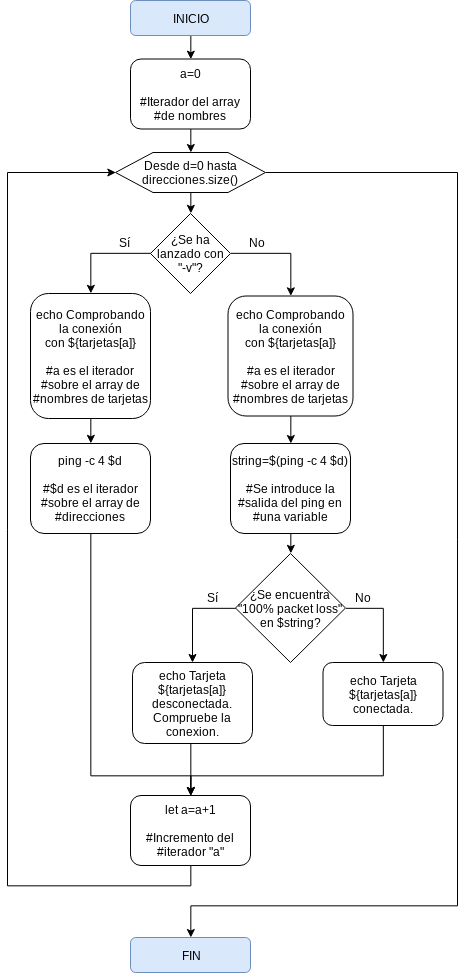
Before: Documentos/Test de interconexión red Zybo/Inicio.png, a diagram exported from draw.io (JesusRguez/Zybo). Source tidied: cells renumbered, new cells last; positions are measured from the earlier drawing's top-left corner, leaving out a move shared by most shapes.
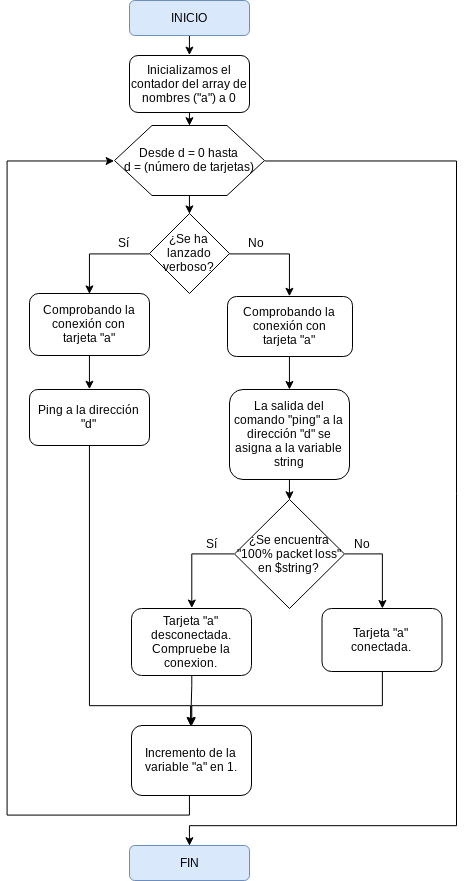
The same file after the commit.

The edit, as a diff of the source:
```diff
@@ -18,19 +18,20 @@
     <mxCell id="5" style="edgeStyle=orthogonalEdgeStyle;rounded=0;jettySize=auto;html=1;exitX=1;exitY=0.5;exitDx=0;exitDy=0;entryX=0;entryY=0.5;entryDx=0;entryDy=0;" parent="1" edge="1" source="6" target="14">
       <mxGeometry relative="1" as="geometry" />
     </mxCell>
-    <mxCell id="6" value="¿Se ha lanzado con &quot;-v&quot;?" style="rhombus;whiteSpace=wrap;html=1;" parent="1" vertex="1">
+    <mxCell id="6" value="¿Se ha lanzado verboso?" style="rhombus;whiteSpace=wrap;html=1;" parent="1" vertex="1">
       <mxGeometry x="143" y="213" width="80" height="80" as="geometry" />
     </mxCell>
-    <mxCell id="7" style="edgeStyle=orthogonalEdgeStyle;rounded=0;jettySize=auto;html=1;exitX=0.5;exitY=1;exitDx=0;exitDy=0;" parent="1" edge="1" source="8" target="32">
-      <mxGeometry relative="1" as="geometry">
-        <Array as="points">
-          <mxPoint x="83" y="775" />
-          <mxPoint x="183" y="775" />
-        </Array>
-      </mxGeometry>
-    </mxCell>
+    <mxCell id="34" style="edgeStyle=orthogonalEdgeStyle;rounded=0;jettySize=auto;html=1;exitX=0.5;exitY=1;exitDx=0;exitDy=0;" parent="1" edge="1" source="8">
+      <mxGeometry relative="1" as="geometry">
+        <mxPoint x="184.7" y="725" as="targetPoint" />
+        <Array as="points">
+          <mxPoint x="83" y="705" />
+          <mxPoint x="184" y="705" />
+        </Array>
+      </mxGeometry>
+    </mxCell>
-    <mxCell id="8" value="ping -c 4 $d&lt;br&gt;&lt;br&gt;#$d es el iterador #sobre el array de #direcciones&lt;br&gt;" style="rounded=1;whiteSpace=wrap;html=1;" parent="1" vertex="1">
-      <mxGeometry x="23" y="443" width="120" height="90" as="geometry" />
+    <mxCell id="8" value="Ping a la dirección &quot;d&quot;&lt;br&gt;" style="rounded=1;whiteSpace=wrap;html=1;" parent="1" vertex="1">
+      <mxGeometry x="23" y="389" width="120" height="56" as="geometry" />
     </mxCell>
     <mxCell id="9" value="Sí" style="text;html=1;align=left;verticalAlign=top;spacingTop=-4;" parent="1" vertex="1">
       <mxGeometry x="110" y="233" width="30" height="20" as="geometry" />
@@ -41,20 +42,24 @@
     <mxCell id="11" style="edgeStyle=orthogonalEdgeStyle;rounded=0;jettySize=auto;html=1;exitX=0.5;exitY=1;exitDx=0;exitDy=0;entryX=0.5;entryY=0;entryDx=0;entryDy=0;" parent="1" edge="1" source="12" target="8">
       <mxGeometry relative="1" as="geometry" />
     </mxCell>
-    <mxCell id="12" value="echo Comprobando la conexión con&amp;nbsp;${tarjetas[a]}&lt;br&gt;&lt;br&gt;#a es el iterador #sobre el array de #nombres de tarjetas&lt;br&gt;" style="rounded=1;whiteSpace=wrap;html=1;" parent="1" vertex="1">
-      <mxGeometry x="23" y="293" width="120" height="125" as="geometry" />
+    <mxCell id="12" value="Comprobando la conexión con&lt;br&gt;tarjeta &quot;a&quot;&lt;br&gt;" style="rounded=1;whiteSpace=wrap;html=1;" parent="1" vertex="1">
+      <mxGeometry x="23" y="293" width="120" height="62" as="geometry" />
     </mxCell>
     <mxCell id="13" style="edgeStyle=orthogonalEdgeStyle;rounded=0;jettySize=auto;html=1;exitX=1;exitY=0.5;exitDx=0;exitDy=0;" parent="1" edge="1" source="14" target="16">
-      <mxGeometry relative="1" as="geometry" />
+      <mxGeometry relative="1" as="geometry">
+        <Array as="points">
+          <mxPoint x="283" y="356" />
+        </Array>
+      </mxGeometry>
     </mxCell>
-    <mxCell id="14" value="echo Comprobando la conexión con&amp;nbsp;${tarjetas[a]}&lt;br&gt;&lt;br&gt;#a es el iterador #sobre el array de #nombres de tarjetas&lt;br&gt;" style="rounded=1;whiteSpace=wrap;html=1;direction=south;" parent="1" vertex="1">
-      <mxGeometry x="220.5" y="295.5" width="125" height="120" as="geometry" />
+    <mxCell id="14" value="Comprobando la conexión con&lt;br&gt;tarjeta &quot;a&quot;&lt;br&gt;" style="rounded=1;whiteSpace=wrap;html=1;direction=south;" parent="1" vertex="1">
+      <mxGeometry x="221" y="296" width="125" height="60" as="geometry" />
     </mxCell>
     <mxCell id="15" style="edgeStyle=orthogonalEdgeStyle;rounded=0;jettySize=auto;html=1;exitX=0.5;exitY=1;exitDx=0;exitDy=0;entryX=0.5;entryY=0;entryDx=0;entryDy=0;" parent="1" edge="1" source="16" target="19">
       <mxGeometry relative="1" as="geometry" />
     </mxCell>
-    <mxCell id="16" value="string=$(ping -c 4 $d)&lt;br&gt;&lt;br&gt;#Se introduce la #salida del ping en #una variable&lt;br&gt;" style="rounded=1;whiteSpace=wrap;html=1;" parent="1" vertex="1">
-      <mxGeometry x="223" y="443" width="120" height="90" as="geometry" />
+    <mxCell id="16" value="La salida del comando &quot;ping&quot; a la dirección &quot;d&quot; se asigna a la variable string&lt;br&gt;" style="rounded=1;whiteSpace=wrap;html=1;" parent="1" vertex="1">
+      <mxGeometry x="223" y="389" width="120" height="90" as="geometry" />
     </mxCell>
     <mxCell id="17" style="edgeStyle=orthogonalEdgeStyle;rounded=0;jettySize=auto;html=1;exitX=0;exitY=0.5;exitDx=0;exitDy=0;entryX=0.5;entryY=0;entryDx=0;entryDy=0;" parent="1" edge="1" source="19" target="23">
       <mxGeometry relative="1" as="geometry" />
@@ -63,40 +68,42 @@
       <mxGeometry relative="1" as="geometry" />
     </mxCell>
     <mxCell id="19" value="¿Se encuentra &quot;100% packet loss&quot; en $string?" style="rhombus;whiteSpace=wrap;html=1;" parent="1" vertex="1">
-      <mxGeometry x="228" y="553" width="110" height="109" as="geometry" />
+      <mxGeometry x="228" y="499" width="110" height="109" as="geometry" />
     </mxCell>
     <mxCell id="20" value="Sí" style="text;html=1;align=left;verticalAlign=top;spacingTop=-4;" parent="1" vertex="1">
-      <mxGeometry x="198" y="587.5" width="30" height="20" as="geometry" />
+      <mxGeometry x="198" y="533.5" width="30" height="20" as="geometry" />
     </mxCell>
     <mxCell id="21" value="No" style="text;html=1;align=left;verticalAlign=top;spacingTop=-4;" parent="1" vertex="1">
-      <mxGeometry x="345.5" y="587.5" width="30" height="20" as="geometry" />
+      <mxGeometry x="345.5" y="533.5" width="30" height="20" as="geometry" />
     </mxCell>
-    <mxCell id="22" style="edgeStyle=orthogonalEdgeStyle;rounded=0;jettySize=auto;html=1;exitX=0.5;exitY=1;exitDx=0;exitDy=0;" parent="1" edge="1" source="23" target="32">
-      <mxGeometry relative="1" as="geometry">
-        <Array as="points">
-          <mxPoint x="183" y="743" />
-        </Array>
-      </mxGeometry>
-    </mxCell>
+    <mxCell id="35" style="edgeStyle=orthogonalEdgeStyle;rounded=0;jettySize=auto;html=1;exitX=0.5;exitY=1;exitDx=0;exitDy=0;" parent="1" edge="1" source="23">
+      <mxGeometry relative="1" as="geometry">
+        <mxPoint x="184.7" y="725" as="targetPoint" />
+        <Array as="points">
+          <mxPoint x="185" y="685" />
+          <mxPoint x="185" y="685" />
+        </Array>
+      </mxGeometry>
+    </mxCell>
-    <mxCell id="23" value="echo Tarjeta ${tarjetas[a]} desconectada. Compruebe la conexion.&lt;br&gt;" style="rounded=1;whiteSpace=wrap;html=1;" parent="1" vertex="1">
-      <mxGeometry x="125" y="662" width="120" height="81" as="geometry" />
+    <mxCell id="23" value="Tarjeta &quot;a&quot; desconectada. Compruebe la conexion.&lt;br&gt;" style="rounded=1;whiteSpace=wrap;html=1;" parent="1" vertex="1">
+      <mxGeometry x="125" y="608" width="120" height="67" as="geometry" />
     </mxCell>
     <mxCell id="24" style="edgeStyle=orthogonalEdgeStyle;rounded=0;jettySize=auto;html=1;exitX=0.5;exitY=1;exitDx=0;exitDy=0;entryX=0.5;entryY=0;entryDx=0;entryDy=0;" parent="1" edge="1" source="25" target="32">
       <mxGeometry relative="1" as="geometry">
         <Array as="points">
-          <mxPoint x="376" y="775" />
-          <mxPoint x="183" y="775" />
+          <mxPoint x="376" y="705" />
+          <mxPoint x="185" y="705" />
         </Array>
       </mxGeometry>
     </mxCell>
-    <mxCell id="25" value="echo Tarjeta ${tarjetas[a]} conectada.&lt;br&gt;" style="rounded=1;whiteSpace=wrap;html=1;" parent="1" vertex="1">
-      <mxGeometry x="315.5" y="662" width="120" height="63" as="geometry" />
+    <mxCell id="25" value="Tarjeta &quot;a&quot; conectada.&lt;br&gt;" style="rounded=1;whiteSpace=wrap;html=1;" parent="1" vertex="1">
+      <mxGeometry x="315.5" y="608" width="120" height="63" as="geometry" />
     </mxCell>
     <mxCell id="26" style="edgeStyle=orthogonalEdgeStyle;rounded=0;jettySize=auto;html=1;exitX=0.5;exitY=1;exitDx=0;exitDy=0;entryX=0.5;entryY=0;entryDx=0;entryDy=0;" parent="1" edge="1" source="27" target="30">
       <mxGeometry relative="1" as="geometry" />
     </mxCell>
-    <mxCell id="27" value="a=0&lt;br&gt;&lt;br&gt;#Iterador del array #de nombres&lt;br&gt;" style="rounded=1;whiteSpace=wrap;html=1;" parent="1" vertex="1">
-      <mxGeometry x="123" y="58.5" width="120" height="70" as="geometry" />
+    <mxCell id="27" value="Inicializamos el contador del array de nombres (&quot;a&quot;) a 0&lt;br&gt;" style="rounded=1;whiteSpace=wrap;html=1;" parent="1" vertex="1">
+      <mxGeometry x="123" y="55" width="120" height="57" as="geometry" />
     </mxCell>
     <mxCell id="28" style="edgeStyle=orthogonalEdgeStyle;rounded=0;jettySize=auto;html=1;exitX=0.5;exitY=1;exitDx=0;exitDy=0;entryX=0.5;entryY=0;entryDx=0;entryDy=0;" parent="1" edge="1" source="30" target="6">
       <mxGeometry relative="1" as="geometry" />
@@ -104,29 +111,30 @@
     <mxCell id="29" style="edgeStyle=orthogonalEdgeStyle;rounded=0;jettySize=auto;html=1;exitX=1;exitY=0.5;exitDx=0;exitDy=0;entryX=0.5;entryY=0;entryDx=0;entryDy=0;" parent="1" edge="1" source="30" target="33">
       <mxGeometry relative="1" as="geometry">
         <Array as="points">
-          <mxPoint x="450" y="172" />
-          <mxPoint x="450" y="905" />
-          <mxPoint x="183" y="905" />
+          <mxPoint x="450" y="160" />
+          <mxPoint x="450" y="825" />
+          <mxPoint x="183" y="825" />
         </Array>
       </mxGeometry>
     </mxCell>
-    <mxCell id="30" value="&lt;span&gt;Desde d=0 hasta direcciones.size()&lt;/span&gt;" style="shape=hexagon;perimeter=hexagonPerimeter2;whiteSpace=wrap;html=1;" parent="1" vertex="1">
-      <mxGeometry x="108" y="152" width="150" height="40" as="geometry" />
+    <mxCell id="30" value="Desde d = 0 hasta&lt;br&gt;d = (número de tarjetas)" style="shape=hexagon;perimeter=hexagonPerimeter2;whiteSpace=wrap;html=1;" parent="1" vertex="1">
+      <mxGeometry x="108" y="125" width="150" height="70" as="geometry" />
     </mxCell>
     <mxCell id="31" style="edgeStyle=orthogonalEdgeStyle;rounded=0;jettySize=auto;html=1;exitX=0.5;exitY=1;exitDx=0;exitDy=0;entryX=0;entryY=0.5;entryDx=0;entryDy=0;" parent="1" edge="1" source="32" target="30">
       <mxGeometry relative="1" as="geometry">
         <Array as="points">
-          <mxPoint x="183" y="885" />
-          <mxPoint y="885" />
-          <mxPoint y="172" />
+          <mxPoint x="183" y="795" />
+          <mxPoint x="183" y="815" />
+          <mxPoint y="815" />
+          <mxPoint y="160" />
         </Array>
       </mxGeometry>
     </mxCell>
-    <mxCell id="32" value="let a=a+1&lt;br&gt;&lt;br&gt;#Incremento del #iterador &quot;a&quot;&lt;br&gt;" style="rounded=1;whiteSpace=wrap;html=1;" parent="1" vertex="1">
-      <mxGeometry x="123" y="795" width="120" height="70" as="geometry" />
+    <mxCell id="32" value="Incremento de la variable &quot;a&quot; en 1.&lt;br&gt;" style="rounded=1;whiteSpace=wrap;html=1;" parent="1" vertex="1">
+      <mxGeometry x="125" y="725" width="120" height="70" as="geometry" />
     </mxCell>
     <mxCell id="33" value="FIN" style="rounded=1;whiteSpace=wrap;html=1;fillColor=#dae8fc;strokeColor=#6c8ebf;" parent="1" vertex="1">
-      <mxGeometry x="123" y="937" width="120" height="35" as="geometry" />
+      <mxGeometry x="123" y="845" width="120" height="35" as="geometry" />
     </mxCell>
   </root>
 </mxGraphModel>
```
